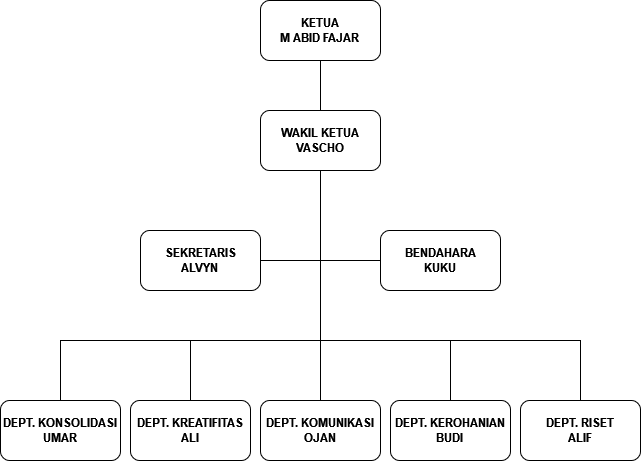
Before: struktur.png, a diagram exported from draw.io (abid313/Web-Organisasi-Kemahasiswaan). Source tidied: cells renumbered, new cells last; positions are measured from the earlier drawing's top-left corner, leaving out a move shared by most shapes.
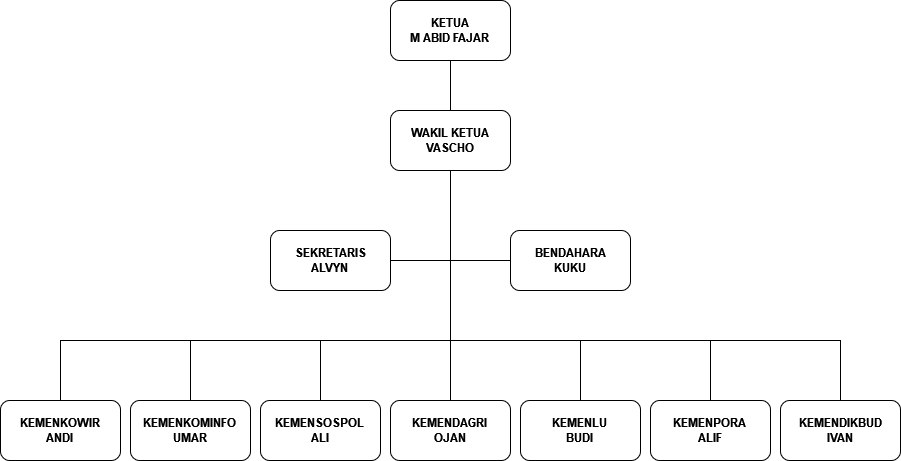
The same file after the commit.

Commit message:
melink ke akun medsos bem uhamka dan mengganti struktur bem

Diff of the diagram source:
```diff
@@ -49,6 +49,22 @@
         </Array>
       </mxGeometry>
     </mxCell>
+    <mxCell id="19" style="edgeStyle=orthogonalEdgeStyle;rounded=0;jettySize=auto;html=1;exitX=0.5;exitY=1;exitDx=0;exitDy=0;entryX=0.5;entryY=0;entryDx=0;entryDy=0;endArrow=none;endFill=0;" parent="1" edge="1" source="11" target="21">
+      <mxGeometry relative="1" as="geometry">
+        <Array as="points">
+          <mxPoint x="320" y="340" />
+          <mxPoint x="-70" y="340" />
+        </Array>
+      </mxGeometry>
+    </mxCell>
+    <mxCell id="20" style="edgeStyle=orthogonalEdgeStyle;rounded=0;jettySize=auto;html=1;exitX=0.5;exitY=1;exitDx=0;exitDy=0;entryX=0.5;entryY=0;entryDx=0;entryDy=0;endArrow=none;endFill=0;" parent="1" edge="1" source="11" target="22">
+      <mxGeometry relative="1" as="geometry">
+        <Array as="points">
+          <mxPoint x="320" y="340" />
+          <mxPoint x="710" y="340" />
+        </Array>
+      </mxGeometry>
+    </mxCell>
     <mxCell id="11" value="&lt;div&gt;&lt;b&gt;WAKIL KETUA&lt;/b&gt;&lt;/div&gt;&lt;div&gt;&lt;b&gt;VASCHO&lt;br&gt;&lt;/b&gt;&lt;/div&gt;" style="rounded=1;whiteSpace=wrap;html=1;" parent="1" vertex="1">
       <mxGeometry x="260" y="110" width="120" height="60" as="geometry" />
     </mxCell>
@@ -58,20 +74,26 @@
     <mxCell id="13" value="&lt;div&gt;&lt;b&gt;BENDAHARA&lt;/b&gt;&lt;/div&gt;&lt;div&gt;&lt;b&gt;KUKU&lt;br&gt;&lt;/b&gt;&lt;/div&gt;" style="rounded=1;whiteSpace=wrap;html=1;" parent="1" vertex="1">
       <mxGeometry x="380" y="230" width="120" height="60" as="geometry" />
     </mxCell>
-    <mxCell id="14" value="&lt;div&gt;&lt;b&gt;DEPT. KOMUNIKASI&lt;/b&gt;&lt;/div&gt;&lt;div&gt;&lt;b&gt;OJAN&lt;br&gt;&lt;/b&gt;&lt;/div&gt;" style="rounded=1;whiteSpace=wrap;html=1;" parent="1" vertex="1">
+    <mxCell id="14" value="&lt;div&gt;&lt;b&gt;KEMENDAGRI&lt;/b&gt;&lt;br&gt;&lt;/div&gt;&lt;div&gt;&lt;b&gt;OJAN&lt;br&gt;&lt;/b&gt;&lt;/div&gt;" style="rounded=1;whiteSpace=wrap;html=1;" parent="1" vertex="1">
       <mxGeometry x="260" y="400" width="120" height="60" as="geometry" />
     </mxCell>
-    <mxCell id="15" value="&lt;div&gt;&lt;b&gt;DEPT. KEROHANIAN&lt;/b&gt;&lt;/div&gt;&lt;div&gt;&lt;b&gt;BUDI&lt;br&gt;&lt;/b&gt;&lt;/div&gt;" style="rounded=1;whiteSpace=wrap;html=1;" parent="1" vertex="1">
+    <mxCell id="15" value="&lt;div&gt;&lt;b&gt;KEMENLU&lt;/b&gt;&lt;br&gt;&lt;/div&gt;&lt;div&gt;&lt;b&gt;BUDI&lt;br&gt;&lt;/b&gt;&lt;/div&gt;" style="rounded=1;whiteSpace=wrap;html=1;" parent="1" vertex="1">
       <mxGeometry x="390" y="400" width="120" height="60" as="geometry" />
     </mxCell>
-    <mxCell id="16" value="&lt;div&gt;&lt;b&gt;DEPT. KREATIFITAS&lt;/b&gt;&lt;/div&gt;&lt;div&gt;&lt;b&gt;ALI&lt;br&gt;&lt;/b&gt;&lt;/div&gt;" style="rounded=1;whiteSpace=wrap;html=1;" parent="1" vertex="1">
+    <mxCell id="16" value="&lt;div&gt;&lt;b&gt;KEMENSOSPOL&lt;br&gt;&lt;/b&gt;&lt;/div&gt;&lt;div&gt;&lt;b&gt;ALI&lt;br&gt;&lt;/b&gt;&lt;/div&gt;" style="rounded=1;whiteSpace=wrap;html=1;" parent="1" vertex="1">
       <mxGeometry x="130" y="400" width="120" height="60" as="geometry" />
     </mxCell>
-    <mxCell id="17" value="&lt;div&gt;&lt;b&gt;DEPT. KONSOLIDASI&lt;/b&gt;&lt;/div&gt;&lt;div&gt;&lt;b&gt;UMAR&lt;br&gt;&lt;/b&gt;&lt;/div&gt;" style="rounded=1;whiteSpace=wrap;html=1;" parent="1" vertex="1">
+    <mxCell id="17" value="&lt;div&gt;&lt;b&gt;KEMENKOMINFO&lt;/b&gt;&lt;br&gt;&lt;/div&gt;&lt;div&gt;&lt;b&gt;UMAR&lt;br&gt;&lt;/b&gt;&lt;/div&gt;" style="rounded=1;whiteSpace=wrap;html=1;" parent="1" vertex="1">
       <mxGeometry y="400" width="120" height="60" as="geometry" />
     </mxCell>
-    <mxCell id="18" value="&lt;div&gt;&lt;b&gt;DEPT. RISET&lt;/b&gt;&lt;/div&gt;&lt;div&gt;&lt;b&gt;ALIF&lt;br&gt;&lt;/b&gt;&lt;/div&gt;" style="rounded=1;whiteSpace=wrap;html=1;" parent="1" vertex="1">
+    <mxCell id="18" value="&lt;div&gt;&lt;b&gt;KEMENPORA&lt;/b&gt;&lt;br&gt;&lt;/div&gt;&lt;div&gt;&lt;b&gt;ALIF&lt;br&gt;&lt;/b&gt;&lt;/div&gt;" style="rounded=1;whiteSpace=wrap;html=1;" parent="1" vertex="1">
       <mxGeometry x="520" y="400" width="120" height="60" as="geometry" />
     </mxCell>
+    <mxCell id="21" value="&lt;div&gt;&lt;b&gt;KEMENKOWIR&lt;/b&gt;&lt;/div&gt;&lt;div&gt;&lt;b&gt;ANDI&lt;br&gt;&lt;/b&gt;&lt;/div&gt;" style="rounded=1;whiteSpace=wrap;html=1;" parent="1" vertex="1">
+      <mxGeometry x="-130" y="400" width="120" height="60" as="geometry" />
+    </mxCell>
+    <mxCell id="22" value="&lt;div&gt;&lt;b&gt;KEMENDIKBUD&lt;/b&gt;&lt;/div&gt;&lt;div&gt;&lt;b&gt;IVAN&lt;br&gt;&lt;/b&gt;&lt;/div&gt;" style="rounded=1;whiteSpace=wrap;html=1;" parent="1" vertex="1">
+      <mxGeometry x="650" y="400" width="120" height="60" as="geometry" />
+    </mxCell>
   </root>
 </mxGraphModel>
```
